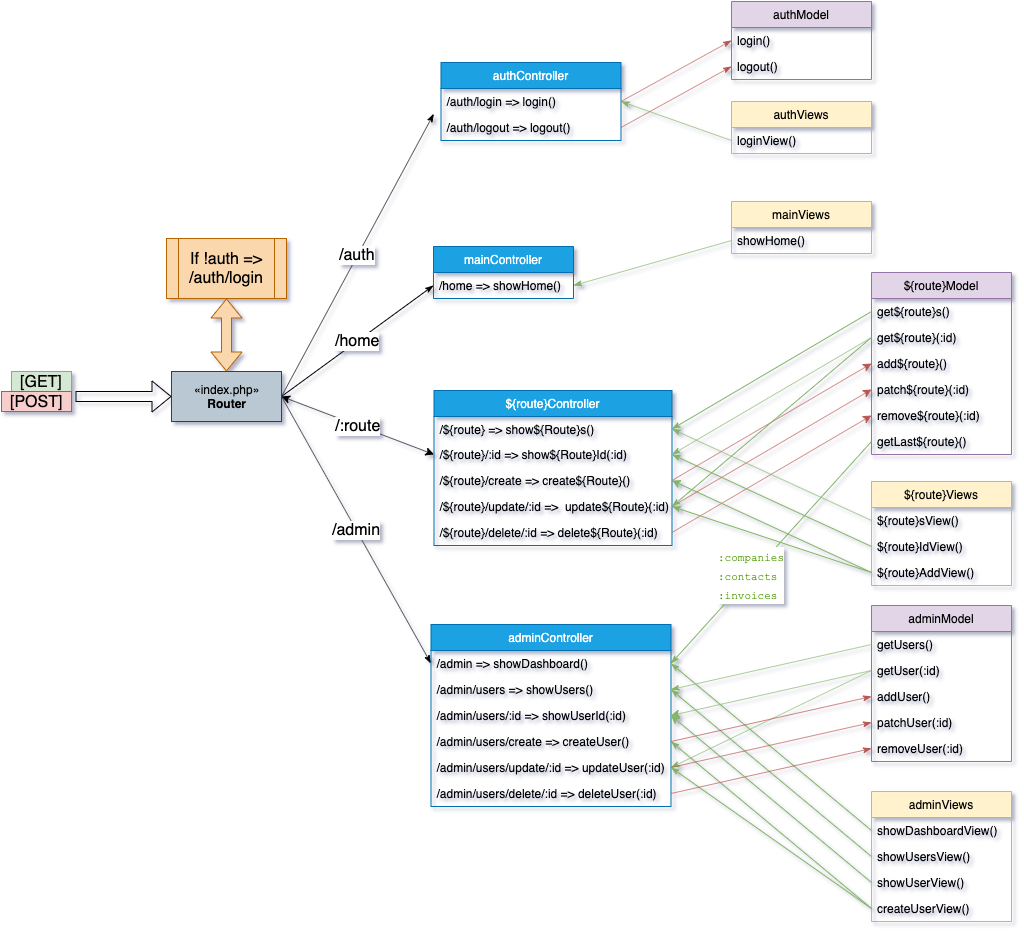
This is infos/cogip flowchart.png from PierreKimbanziR/cogip, a draw.io export, as it was before one commit. Source tidied: cells renumbered, new cells last; positions are measured from the earlier drawing's top-left corner, leaving out a move shared by most shapes.
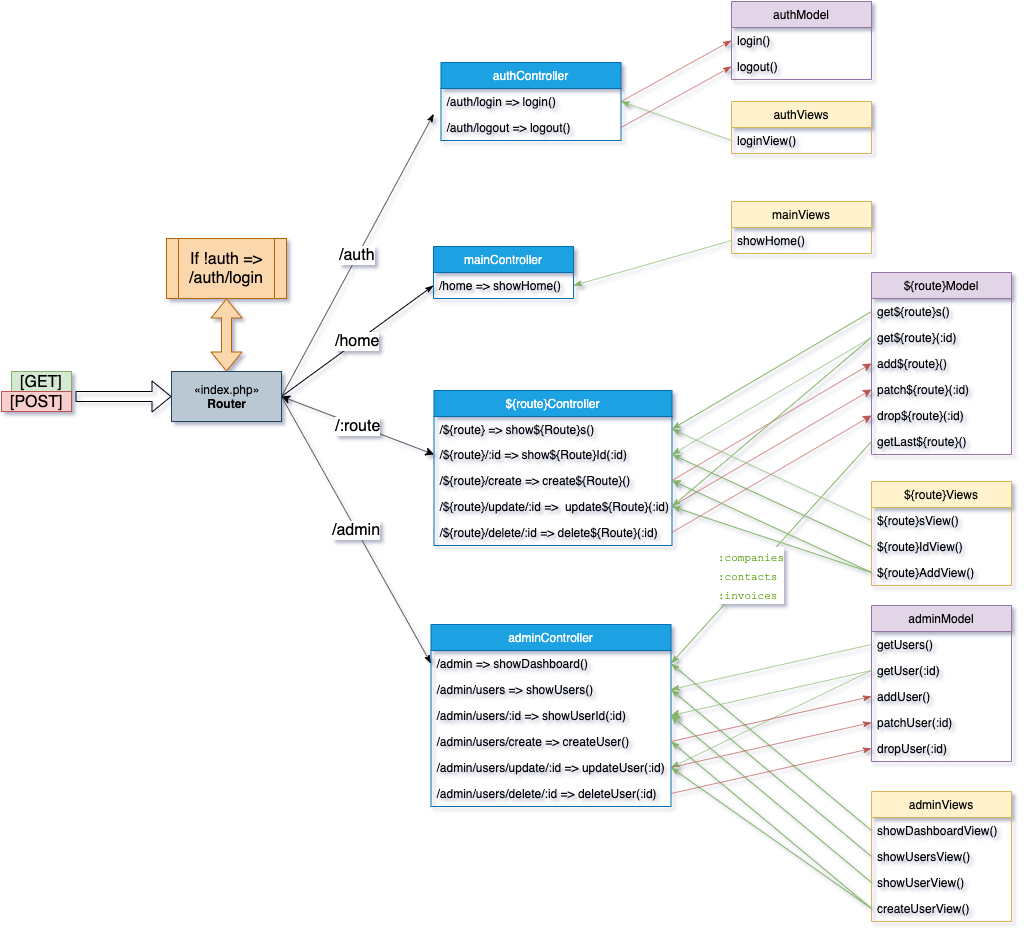
The same diagram one commit later.

Commit message:
change flowchart name for delete from db (remove) => (drop)

Diff of the diagram source:
```diff
@@ -50,7 +50,7 @@
     <mxCell id="17" value="patch${route}(:id)" style="text;strokeColor=none;fillColor=none;align=left;verticalAlign=top;spacingLeft=4;spacingRight=4;overflow=hidden;points=[[0,0.5],[1,0.5]];portConstraint=eastwest;" parent="13" vertex="1">
       <mxGeometry y="104" width="140" height="26" as="geometry" />
     </mxCell>
-    <mxCell id="18" value="remove${route}(:id)" style="text;strokeColor=none;fillColor=none;align=left;verticalAlign=top;spacingLeft=4;spacingRight=4;overflow=hidden;points=[[0,0.5],[1,0.5]];portConstraint=eastwest;" parent="13" vertex="1">
+    <mxCell id="18" value="drop${route}(:id)" style="text;strokeColor=none;fillColor=none;align=left;verticalAlign=top;spacingLeft=4;spacingRight=4;overflow=hidden;points=[[0,0.5],[1,0.5]];portConstraint=eastwest;" parent="13" vertex="1">
       <mxGeometry y="130" width="140" height="26" as="geometry" />
     </mxCell>
     <mxCell id="19" value="getLast${route}()" style="text;strokeColor=none;fillColor=none;align=left;verticalAlign=top;spacingLeft=4;spacingRight=4;overflow=hidden;points=[[0,0.5],[1,0.5]];portConstraint=eastwest;" parent="13" vertex="1">
@@ -218,7 +218,7 @@
     <mxCell id="73" value="patchUser(:id)" style="text;strokeColor=none;fillColor=none;align=left;verticalAlign=top;spacingLeft=4;spacingRight=4;overflow=hidden;points=[[0,0.5],[1,0.5]];portConstraint=eastwest;" parent="69" vertex="1">
       <mxGeometry y="104" width="140" height="26" as="geometry" />
     </mxCell>
-    <mxCell id="74" value="removeUser(:id)" style="text;strokeColor=none;fillColor=none;align=left;verticalAlign=top;spacingLeft=4;spacingRight=4;overflow=hidden;points=[[0,0.5],[1,0.5]];portConstraint=eastwest;" parent="69" vertex="1">
+    <mxCell id="74" value="dropUser(:id)" style="text;strokeColor=none;fillColor=none;align=left;verticalAlign=top;spacingLeft=4;spacingRight=4;overflow=hidden;points=[[0,0.5],[1,0.5]];portConstraint=eastwest;" parent="69" vertex="1">
       <mxGeometry y="130" width="140" height="26" as="geometry" />
     </mxCell>
     <mxCell id="75" style="edgeStyle=none;rounded=1;jettySize=auto;html=1;exitX=0;exitY=0.5;exitDx=0;exitDy=0;entryX=1;entryY=0.5;entryDx=0;entryDy=0;startArrow=none;startFill=0;endArrow=classicThin;endFill=1;strokeColor=#82b366;strokeWidth=1;fontSize=16;fillColor=#d5e8d4;" parent="1" edge="1" source="70" target="55">
```
